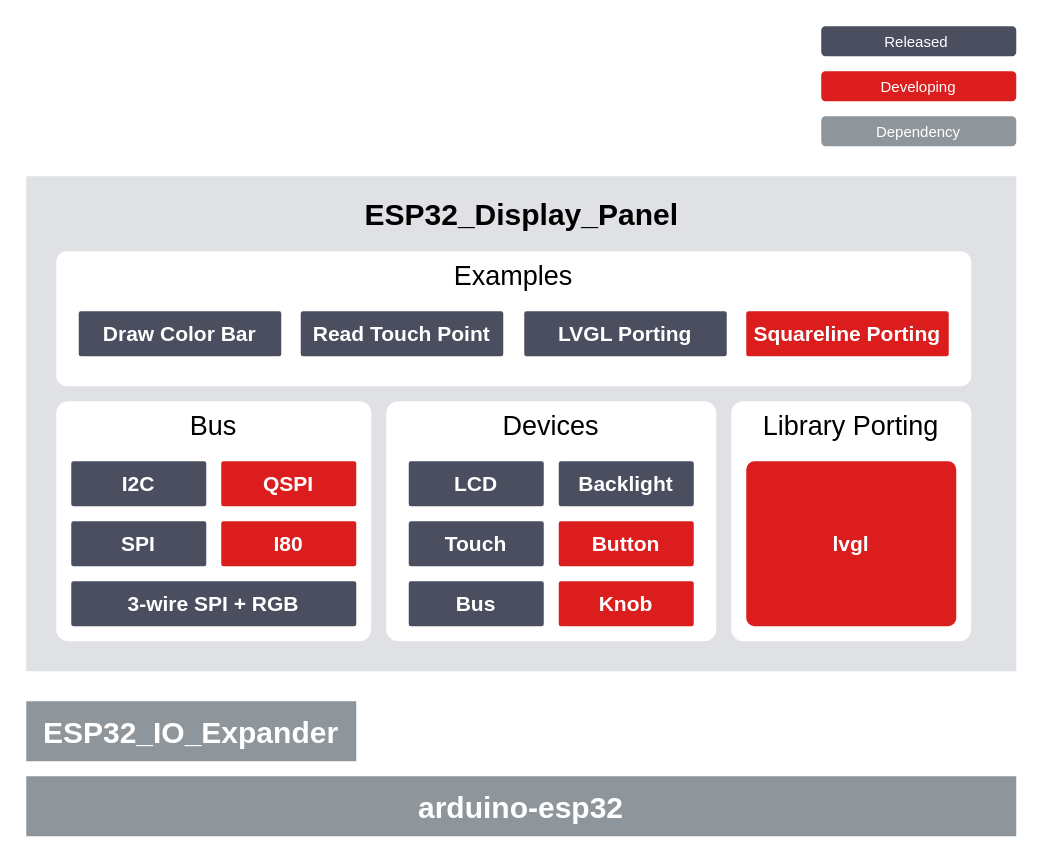
esp-arduino-libs/ESP32_Display_Panel keeps this draw.io diagram as docs/_static/block_diagram.drawio. Above is the earlier version. Source tidied: cells renumbered, new cells numbered last; positions are measured from the earlier drawing's top-left corner, leaving out a move shared by most shapes. Both pictures are drawn from the tidied source at 150%, with x=0, y=0 at pixel (26, 26).
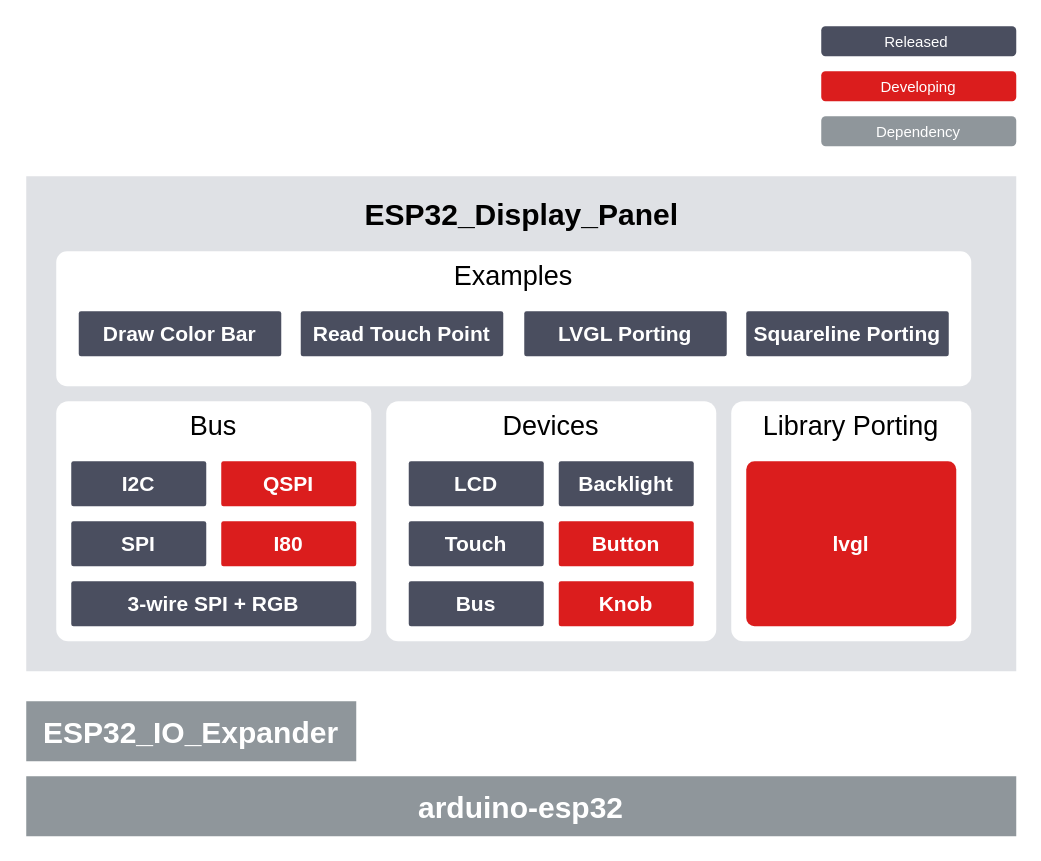
The same page after the edit.

What changed in the source:
```diff
@@
-    <mxCell id="15" value="&lt;font color=&quot;#ffffff&quot;&gt;&lt;b&gt;Squareline&amp;nbsp;&lt;/b&gt;&lt;/font&gt;&lt;b style=&quot;color: rgb(255, 255, 255);&quot;&gt;Porting&lt;/b&gt;" style="rounded=1;whiteSpace=wrap;html=1;verticalAlign=middle;fillColor=#DB1D1D;strokeColor=none;fontColor=#000000;fontSize=14;gradientColor=none;arcSize=5;strokeWidth=2;" parent="1" vertex="1">
+    <mxCell id="15" value="&lt;font color=&quot;#ffffff&quot;&gt;&lt;b&gt;Squareline&amp;nbsp;&lt;/b&gt;&lt;/font&gt;&lt;b style=&quot;color: rgb(255, 255, 255);&quot;&gt;Porting&lt;/b&gt;" style="rounded=1;whiteSpace=wrap;html=1;verticalAlign=middle;fillColor=#4A4E5F;strokeColor=none;fontColor=#000000;fontSize=14;gradientColor=none;arcSize=5;strokeWidth=2;" parent="1" vertex="1">
       <mxGeometry x="480" y="190" width="135" height="30" as="geometry" />
     </mxCell>
```
